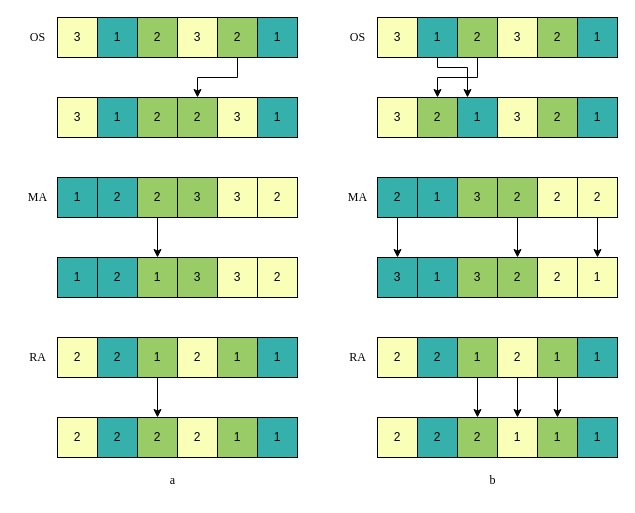
Before: mutation2.2.drawio in aslongaslihappy/algorithm, a draw.io diagram. Source tidied: cells renumbered, new cells numbered last; positions are measured from the earlier drawing's top-left corner, leaving out a move shared by most shapes. Both pictures are drawn from the tidied source at 100%, with x=0, y=0 at pixel (17, 17).
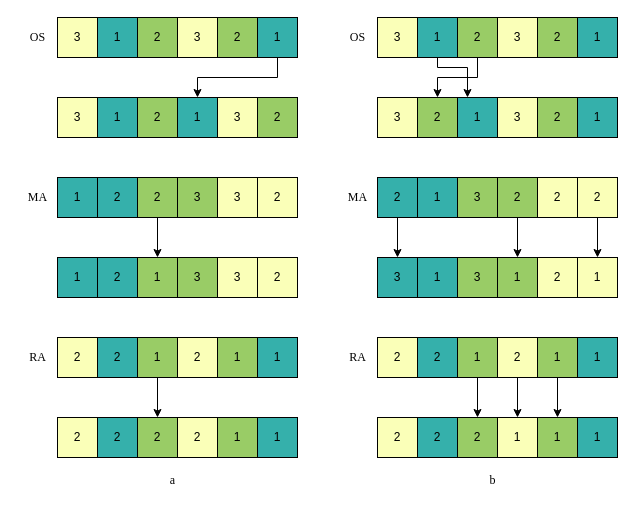
The same page after the edit.

Unchanged cells that the change refers to:
```xml
<mxCell id="7" value="2" style="whiteSpace=wrap;html=1;fillColor=#99CC66;" parent="1" vertex="1">
  <mxGeometry x="200" width="40" height="40" as="geometry" />
</mxCell>
<mxCell id="8" value="1" style="whiteSpace=wrap;html=1;fillColor=#35B0AB;" parent="1" vertex="1">
  <mxGeometry x="240" width="40" height="40" as="geometry" />
</mxCell>
```

Change to the diagram source:
```diff
@@
-    <mxCell id="6" style="edgeStyle=orthogonalEdgeStyle;rounded=0;jettySize=auto;html=1;exitX=0.5;exitY=1;exitDx=0;exitDy=0;entryX=0.5;entryY=0;entryDx=0;entryDy=0;" parent="1" edge="1" source="7" target="12">
-      <mxGeometry relative="1" as="geometry" />
-    </mxCell>
@@
+    <mxCell id="93" style="edgeStyle=orthogonalEdgeStyle;rounded=0;jettySize=auto;html=1;exitX=0.5;exitY=1;exitDx=0;exitDy=0;entryX=0.5;entryY=0;entryDx=0;entryDy=0;" parent="1" edge="1" source="8" target="14">
+      <mxGeometry relative="1" as="geometry" />
+    </mxCell>
@@
     <mxCell id="12" value="2" style="whiteSpace=wrap;html=1;fillColor=#99CC66;" parent="1" vertex="1">
-      <mxGeometry x="160" y="80" width="40" height="40" as="geometry" />
+      <mxGeometry x="240" y="80" width="40" height="40" as="geometry" />
     </mxCell>
@@
     <mxCell id="14" value="1" style="whiteSpace=wrap;html=1;fillColor=#35B0AB;" parent="1" vertex="1">
-      <mxGeometry x="240" y="80" width="40" height="40" as="geometry" />
+      <mxGeometry x="160" y="80" width="40" height="40" as="geometry" />
     </mxCell>
@@
-    <mxCell id="54" value="2" style="whiteSpace=wrap;html=1;fillColor=#99CC66;" parent="1" vertex="1">
+    <mxCell id="54" value="1" style="whiteSpace=wrap;html=1;fillColor=#99CC66;" parent="1" vertex="1">
       <mxGeometry x="480" y="240" width="40" height="40" as="geometry" />
     </mxCell>
```
